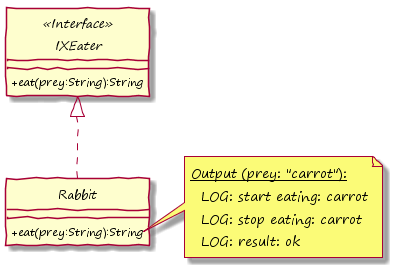
Before: images/PlantUML_ExtendedBy_Envelope_Method_Default_Value_Out_Logical.png, a diagram exported from PlantUML (KirstenZa/xtend-etai). Its diagram source:
```plantuml
@startuml

hide circle
skinparam handwritten true
skinparam DefaultFontName "Segoe Print"
skinparam classAttributeIconSize 0


interface IXEater <<Interface>> {
	+eat(prey:String):String
}

class Rabbit {
    +eat(prey:String):String
}

Rabbit .up-|> IXEater

note right of Rabbit::eat
  <u>Output (prey: "carrot"):</u>
    LOG: start eating: carrot
    LOG: stop eating: carrot
    LOG: result: ok
end note

@enduml
```
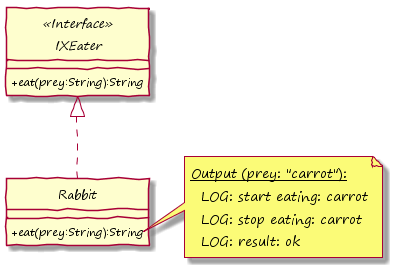
After the change.

Change to the diagram source:
```diff
@@ -16,7 +16,7 @@
 
 Rabbit .up-|> IXEater
 
-note right of Rabbit::eat
+note right of Rabbit::eat(prey:String)
   <u>Output (prey: "carrot"):</u>
     LOG: start eating: carrot
     LOG: stop eating: carrot
```
